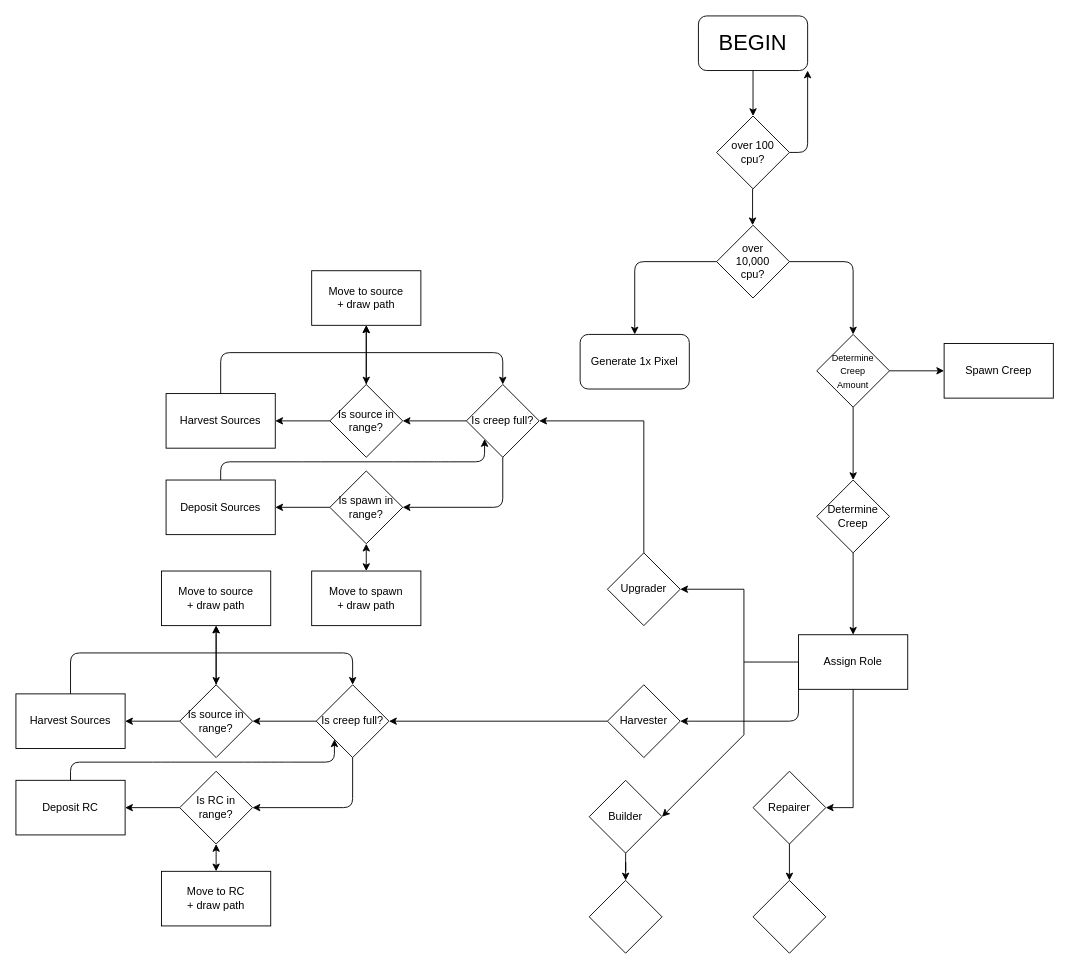
NotTacoz/screeps keeps this draw.io diagram as Untitled Diagram.drawio. Above is the earlier version. Source tidied: cells renumbered, new cells numbered last; positions are measured from the earlier drawing's top-left corner, leaving out a move shared by most shapes. Both pictures are drawn from the tidied source at 91%, with x=0, y=0 at pixel (15, 15).
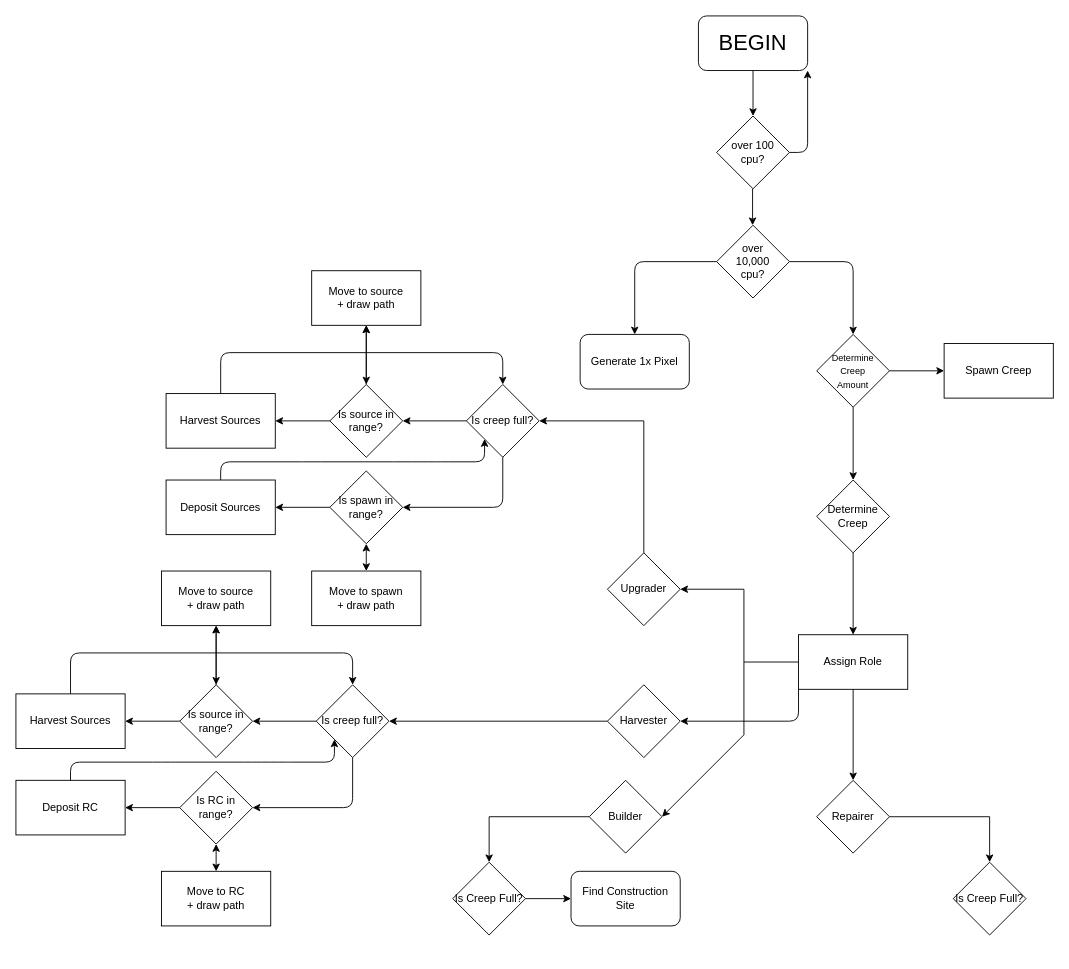
The same page after the edit.

Unchanged cells that the change refers to:
```xml
<mxCell id="19" value="Assign Role" style="whiteSpace=wrap;html=1;" parent="1" vertex="1">
  <mxGeometry x="860" y="680" width="120" height="60" as="geometry" />
</mxCell>
<mxCell id="23" value="Harvester" style="rhombus;whiteSpace=wrap;html=1;" parent="1" vertex="1">
  <mxGeometry x="650" y="735" width="80" height="80" as="geometry" />
</mxCell>
```

The edit, as a diff of the source:
```diff
@@
-    <mxCell id="18" style="edgeStyle=orthogonalEdgeStyle;rounded=0;jettySize=auto;html=1;strokeColor=#000000;entryX=1;entryY=0.5;entryDx=0;entryDy=0;" parent="1" edge="1" source="19" target="29">
-      <mxGeometry relative="1" as="geometry">
-        <Array as="points">
-          <mxPoint x="920" y="870" />
-        </Array>
-      </mxGeometry>
+    <mxCell id="18" style="edgeStyle=orthogonalEdgeStyle;rounded=0;jettySize=auto;html=1;strokeColor=#000000;entryX=0.5;entryY=0;entryDx=0;entryDy=0;" parent="1" edge="1" source="19" target="29">
+      <mxGeometry relative="1" as="geometry" />
     </mxCell>
@@
-    <mxCell id="24" style="endArrow=classic;html=1;exitX=0;exitY=0.5;exitDx=0;exitDy=0;entryX=1;entryY=0.5;entryDx=0;entryDy=0;" parent="1" edge="1" source="19" target="23">
+    <mxCell id="24" style="endArrow=classic;html=1;entryX=1;entryY=0.5;entryDx=0;entryDy=0;exitX=0;exitY=1;exitDx=0;exitDy=0;" parent="1" edge="1" source="19" target="23">
       <mxGeometry relative="1" as="geometry">
         <Array as="points">
           <mxPoint x="860" y="775" />
         </Array>
       </mxGeometry>
     </mxCell>
@@
     <mxCell id="29" value="Repairer" style="rhombus;whiteSpace=wrap;html=1;" parent="1" vertex="1">
-      <mxGeometry x="810" y="830" width="80" height="80" as="geometry" />
+      <mxGeometry x="880" y="840" width="80" height="80" as="geometry" />
     </mxCell>
@@
+    <mxCell id="64" style="edgeStyle=orthogonalEdgeStyle;rounded=0;jettySize=auto;html=1;" parent="1" edge="1" source="32" target="65">
+      <mxGeometry relative="1" as="geometry" />
+    </mxCell>
-    <mxCell id="32" style="rhombus;whiteSpace=wrap;html=1;" parent="1" vertex="1">
-      <mxGeometry x="630" y="950" width="80" height="80" as="geometry" />
+    <mxCell id="32" value="Is Creep Full?" style="rhombus;whiteSpace=wrap;html=1;" parent="1" vertex="1">
+      <mxGeometry x="480" y="930" width="80" height="80" as="geometry" />
     </mxCell>
-    <mxCell id="33" style="rhombus;whiteSpace=wrap;html=1;" parent="1" vertex="1">
-      <mxGeometry x="810" y="950" width="80" height="80" as="geometry" />
+    <mxCell id="33" value="&lt;span&gt;Is Creep Full?&lt;/span&gt;" style="rhombus;whiteSpace=wrap;html=1;" parent="1" vertex="1">
+      <mxGeometry x="1030" y="930" width="80" height="80" as="geometry" />
     </mxCell>
@@
+    <mxCell id="65" value="Find Construction Site" style="rounded=1;whiteSpace=wrap;html=1;" parent="1" vertex="1">
+      <mxGeometry x="610" y="940" width="120" height="60" as="geometry" />
+    </mxCell>
```
